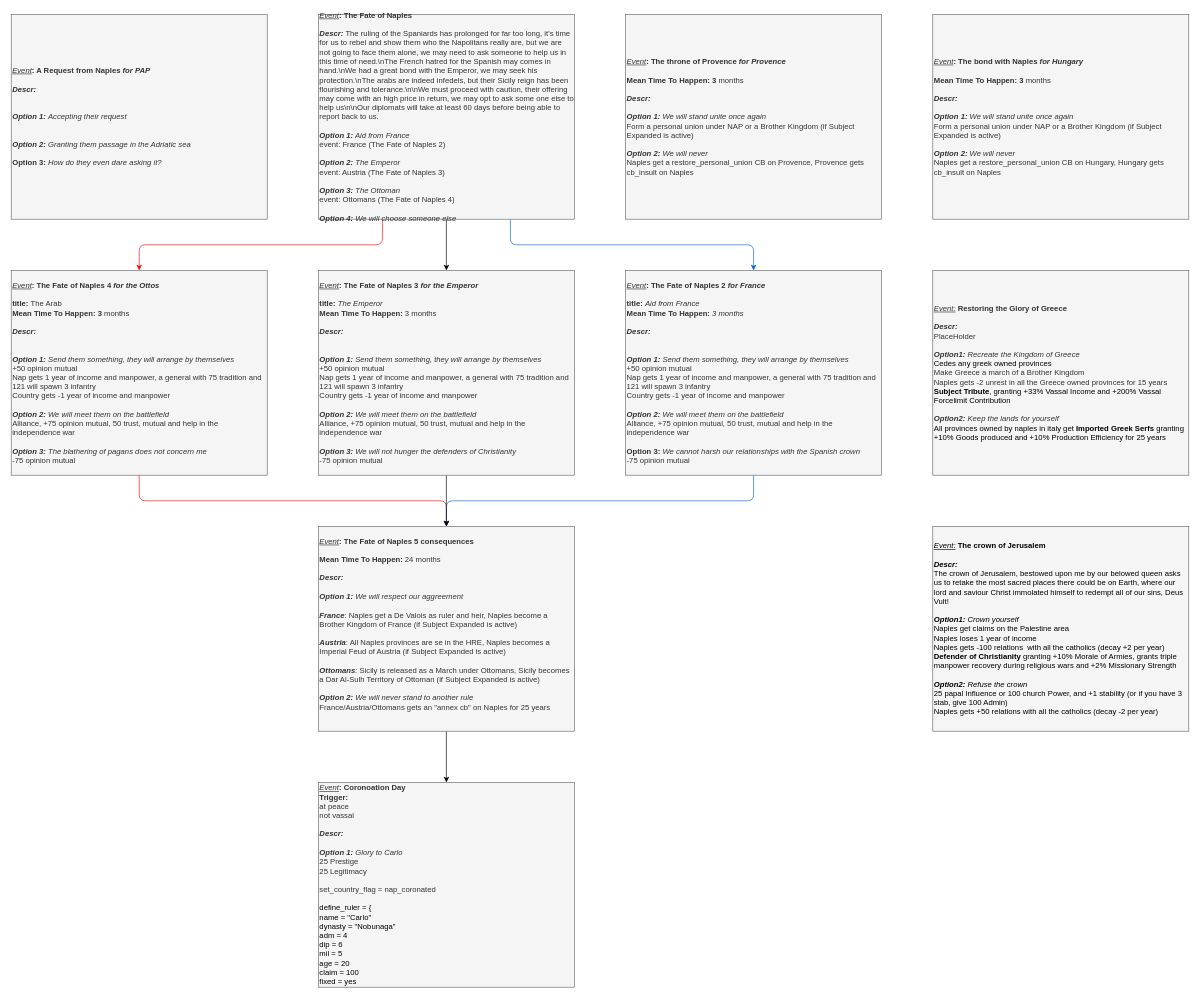
Earlier version of the draw.io diagram page "Events" (2 of 2) of Naples/It's Pizza Time 0.96.drawio (Melvasul/Missions-Expanded). Source tidied: cells renumbered, new cells numbered last; positions are measured from the earlier drawing's top-left corner, leaving out a move shared by most shapes. Both pictures are drawn from the tidied source at 64%, with x=0, y=0 at pixel (11, 14).
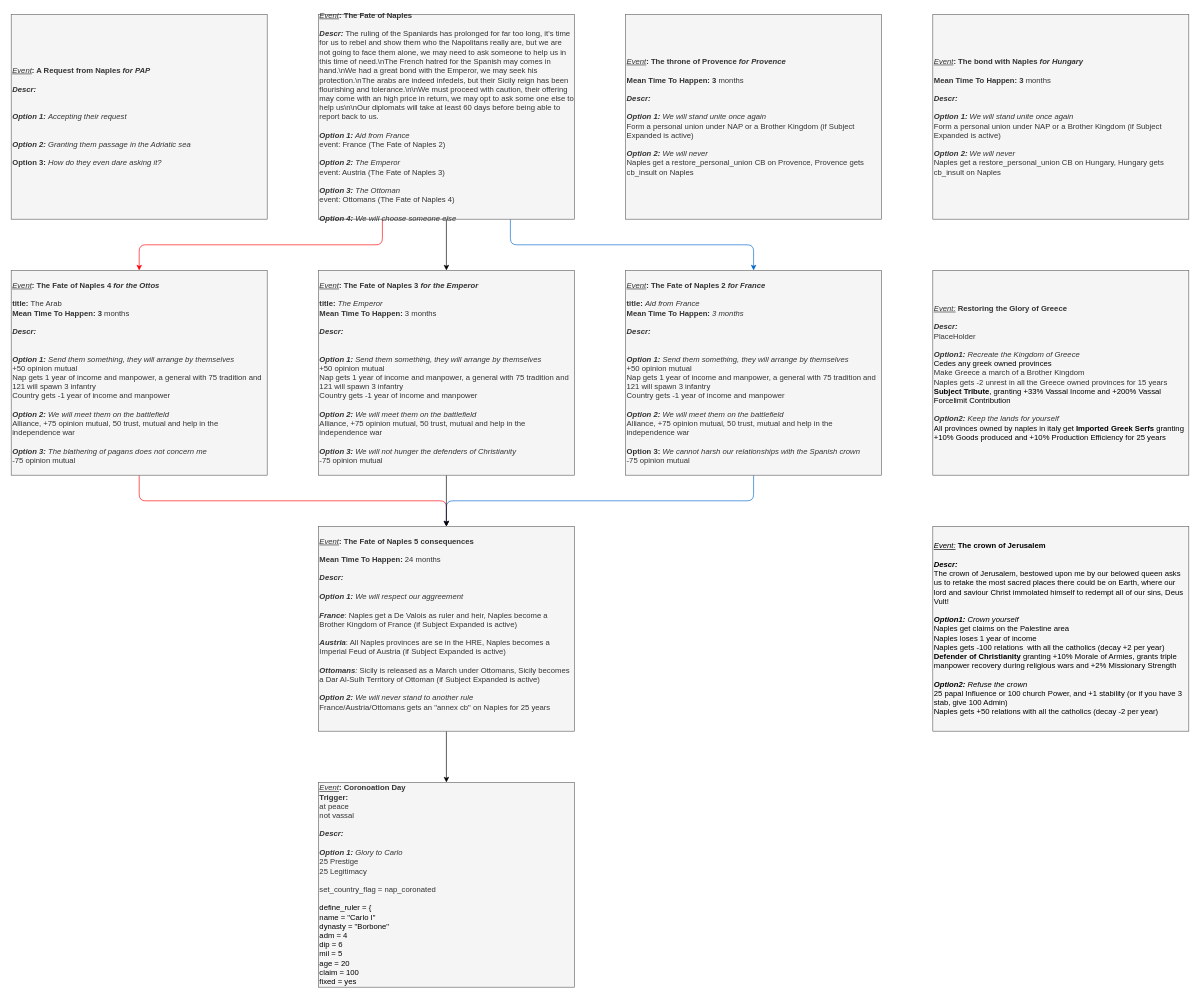
Above is the later version.

Diff of the diagram source:
```diff
@@
-    <mxCell id="19" value="&lt;div style=&quot;font-size: 12px&quot;&gt;&lt;i&gt;&lt;u&gt;Event&lt;/u&gt;&lt;/i&gt;&lt;b&gt;: Coronoation Day&lt;/b&gt;&lt;/div&gt;&lt;div style=&quot;font-size: 12px&quot;&gt;&lt;b&gt;Trigger:&lt;/b&gt;&lt;br&gt;&lt;/div&gt;&lt;div style=&quot;font-size: 12px&quot;&gt;at peace&lt;/div&gt;&lt;div style=&quot;font-size: 12px&quot;&gt;not vassal&lt;/div&gt;&lt;div style=&quot;font-size: 12px&quot;&gt;&lt;b&gt;&lt;br&gt;&lt;/b&gt;&lt;/div&gt;&lt;div&gt;&lt;font&gt;&lt;div style=&quot;font-size: 12px&quot;&gt;&lt;b style=&quot;font-size: 12px&quot;&gt;&lt;i style=&quot;font-size: 12px&quot;&gt;Descr:&amp;nbsp;&lt;/i&gt;&lt;/b&gt;&lt;/div&gt;&lt;div style=&quot;font-size: 12px&quot;&gt;&lt;b style=&quot;font-size: 12px&quot;&gt;&lt;i style=&quot;font-size: 12px&quot;&gt;&lt;br&gt;&lt;/i&gt;&lt;/b&gt;&lt;/div&gt;&lt;/font&gt;&lt;/div&gt;&lt;div style=&quot;font-size: 12px&quot;&gt;&lt;/div&gt;&lt;font&gt;&lt;b style=&quot;font-size: 12px ; font-style: italic&quot;&gt;Option 1:&lt;/b&gt;&lt;span style=&quot;font-size: 12px ; font-style: italic&quot;&gt;&amp;nbsp;Glory to Carlo&lt;/span&gt;&lt;br&gt;25 Prestige&lt;br&gt;25 Legitimacy&lt;br&gt;&lt;br&gt;set_country_flag = nap_coronated&lt;br&gt;&lt;br&gt;&lt;span style=&quot;color: rgb(0 , 0 , 0)&quot;&gt;define_ruler = {&amp;nbsp;&lt;br&gt;&lt;/span&gt;&lt;span style=&quot;color: rgb(0 , 0 , 0)&quot;&gt;name = &quot;Carlo&quot;&lt;br&gt;&lt;/span&gt;&lt;span style=&quot;color: rgb(0 , 0 , 0)&quot;&gt;dynasty = &quot;Nobunaga&quot;&lt;br&gt;&lt;/span&gt;&lt;span style=&quot;color: rgb(0 , 0 , 0)&quot;&gt;adm = 4&lt;br&gt;&lt;/span&gt;&lt;span style=&quot;color: rgb(0 , 0 , 0)&quot;&gt;dip = 6&lt;br&gt;&lt;/span&gt;&lt;span style=&quot;color: rgb(0 , 0 , 0)&quot;&gt;mil = 5&lt;br&gt;&lt;/span&gt;&lt;span style=&quot;color: rgb(0 , 0 , 0)&quot;&gt;age = 20&amp;nbsp;&lt;br&gt;&lt;/span&gt;&lt;span style=&quot;color: rgb(0 , 0 , 0)&quot;&gt;claim = 100&amp;nbsp;&lt;br&gt;&lt;/span&gt;&lt;span style=&quot;color: rgb(0 , 0 , 0)&quot;&gt;fixed = yes&lt;/span&gt;&lt;span style=&quot;font-size: 12px&quot;&gt;&lt;br&gt;&lt;/span&gt;&lt;/font&gt;" style="rounded=0;whiteSpace=wrap;html=1;align=left;fontSize=12;fillColor=#f5f5f5;strokeColor=#666666;fontColor=#333333;" parent="1" vertex="1">
+    <mxCell id="19" value="&lt;div style=&quot;font-size: 12px&quot;&gt;&lt;i&gt;&lt;u&gt;Event&lt;/u&gt;&lt;/i&gt;&lt;b&gt;: Coronoation Day&lt;/b&gt;&lt;/div&gt;&lt;div style=&quot;font-size: 12px&quot;&gt;&lt;b&gt;Trigger:&lt;/b&gt;&lt;br&gt;&lt;/div&gt;&lt;div style=&quot;font-size: 12px&quot;&gt;at peace&lt;/div&gt;&lt;div style=&quot;font-size: 12px&quot;&gt;not vassal&lt;/div&gt;&lt;div style=&quot;font-size: 12px&quot;&gt;&lt;b&gt;&lt;br&gt;&lt;/b&gt;&lt;/div&gt;&lt;div&gt;&lt;font&gt;&lt;div style=&quot;font-size: 12px&quot;&gt;&lt;b style=&quot;font-size: 12px&quot;&gt;&lt;i style=&quot;font-size: 12px&quot;&gt;Descr:&amp;nbsp;&lt;/i&gt;&lt;/b&gt;&lt;/div&gt;&lt;div style=&quot;font-size: 12px&quot;&gt;&lt;b style=&quot;font-size: 12px&quot;&gt;&lt;i style=&quot;font-size: 12px&quot;&gt;&lt;br&gt;&lt;/i&gt;&lt;/b&gt;&lt;/div&gt;&lt;/font&gt;&lt;/div&gt;&lt;div style=&quot;font-size: 12px&quot;&gt;&lt;/div&gt;&lt;font&gt;&lt;b style=&quot;font-size: 12px ; font-style: italic&quot;&gt;Option 1:&lt;/b&gt;&lt;span style=&quot;font-size: 12px ; font-style: italic&quot;&gt;&amp;nbsp;Glory to Carlo&lt;/span&gt;&lt;br&gt;25 Prestige&lt;br&gt;25 Legitimacy&lt;br&gt;&lt;br&gt;set_country_flag = nap_coronated&lt;br&gt;&lt;br&gt;&lt;span style=&quot;color: rgb(0 , 0 , 0)&quot;&gt;define_ruler = {&amp;nbsp;&lt;br&gt;&lt;/span&gt;&lt;span style=&quot;color: rgb(0 , 0 , 0)&quot;&gt;name = &quot;Carlo I&quot;&lt;br&gt;&lt;/span&gt;&lt;span style=&quot;color: rgb(0 , 0 , 0)&quot;&gt;dynasty = &quot;Borbone&quot;&lt;br&gt;&lt;/span&gt;&lt;span style=&quot;color: rgb(0 , 0 , 0)&quot;&gt;adm = 4&lt;br&gt;&lt;/span&gt;&lt;span style=&quot;color: rgb(0 , 0 , 0)&quot;&gt;dip = 6&lt;br&gt;&lt;/span&gt;&lt;span style=&quot;color: rgb(0 , 0 , 0)&quot;&gt;mil = 5&lt;br&gt;&lt;/span&gt;&lt;span style=&quot;color: rgb(0 , 0 , 0)&quot;&gt;age = 20&amp;nbsp;&lt;br&gt;&lt;/span&gt;&lt;span style=&quot;color: rgb(0 , 0 , 0)&quot;&gt;claim = 100&amp;nbsp;&lt;br&gt;&lt;/span&gt;&lt;span style=&quot;color: rgb(0 , 0 , 0)&quot;&gt;fixed = yes&lt;/span&gt;&lt;span style=&quot;font-size: 12px&quot;&gt;&lt;br&gt;&lt;/span&gt;&lt;/font&gt;" style="rounded=0;whiteSpace=wrap;html=1;align=left;fontSize=12;fillColor=#f5f5f5;strokeColor=#666666;fontColor=#333333;" parent="1" vertex="1">
       <mxGeometry x="480" y="1200" width="400" height="320" as="geometry" />
     </mxCell>
```
